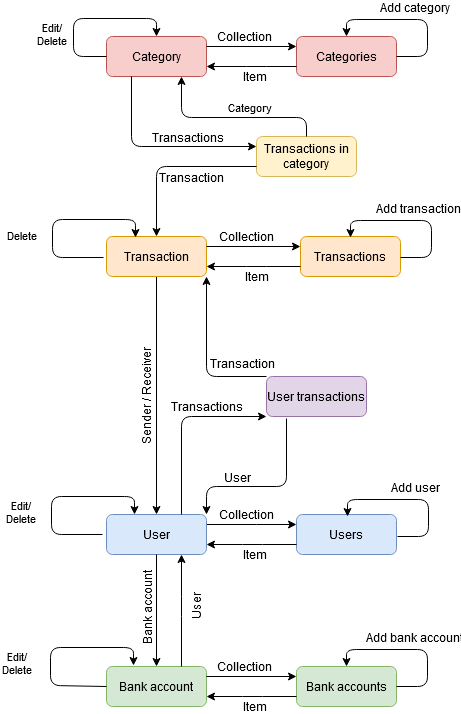
jkursula/PWP keeps this draw.io diagram as images/Ex3.png. Above is the earlier version. Source tidied: cells renumbered, new cells last; positions are measured from the earlier drawing's top-left corner, leaving out a move shared by most shapes.
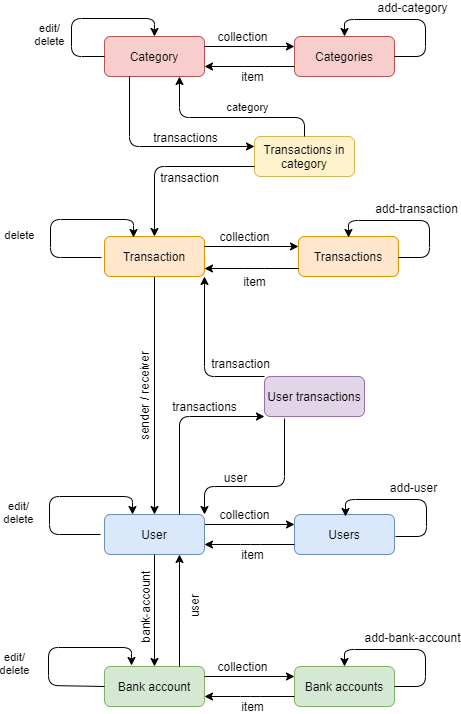
The same diagram one commit later.

Diff of the diagram source:
```diff
@@ -2,7 +2,7 @@
   <root>
     <mxCell id="0" />
     <mxCell id="1" parent="0" />
-    <mxCell id="2" value="&lt;div style=&quot;font-size: 12px&quot;&gt;&lt;font style=&quot;font-size: 12px&quot;&gt;Sender / Receiver&lt;/font&gt;&lt;/div&gt;" style="edgeStyle=orthogonalEdgeStyle;rounded=0;jettySize=auto;html=1;textDirection=ltr;horizontal=0;" parent="1" edge="1" source="3" target="7">
+    <mxCell id="2" value="&lt;div style=&quot;font-size: 12px&quot;&gt;&lt;font style=&quot;font-size: 12px&quot;&gt;sender / receiver&lt;/font&gt;&lt;/div&gt;" style="edgeStyle=orthogonalEdgeStyle;rounded=0;jettySize=auto;html=1;textDirection=ltr;horizontal=0;" parent="1" edge="1" source="3" target="7">
       <mxGeometry x="0.01" y="-10" relative="1" as="geometry" />
     </mxCell>
     <mxCell id="3" value="Transaction" style="rounded=1;whiteSpace=wrap;html=1;fontSize=12;glass=0;strokeWidth=1;shadow=0;fillColor=#ffe6cc;strokeColor=#d79b00;" parent="1" vertex="1">
@@ -11,12 +11,12 @@
     <mxCell id="4" value="Transactions" style="rounded=1;whiteSpace=wrap;html=1;fontSize=12;glass=0;strokeWidth=1;shadow=0;fillColor=#ffe6cc;strokeColor=#d79b00;" parent="1" vertex="1">
       <mxGeometry x="250" y="218" width="100" height="40" as="geometry" />
     </mxCell>
-    <mxCell id="5" value="Collection" style="endArrow=classic;html=1;entryX=0;entryY=0.25;entryDx=0;entryDy=0;fontSize=12;" parent="1" edge="1" target="4">
+    <mxCell id="5" value="collection" style="endArrow=classic;html=1;entryX=0;entryY=0.25;entryDx=0;entryDy=0;fontSize=12;" parent="1" edge="1" target="4">
       <mxGeometry x="-0.15" y="10" relative="1" as="geometry">
         <mxPoint x="156" y="228" as="sourcePoint" />
       </mxGeometry>
     </mxCell>
-    <mxCell id="6" value="Collection" style="edgeStyle=orthogonalEdgeStyle;rounded=0;jettySize=auto;html=1;fontSize=12;" parent="1" edge="1" source="7" target="8">
+    <mxCell id="6" value="collection" style="edgeStyle=orthogonalEdgeStyle;rounded=0;jettySize=auto;html=1;fontSize=12;" parent="1" edge="1" source="7" target="8">
       <mxGeometry x="-0.11" y="10" relative="1" as="geometry">
         <Array as="points">
           <mxPoint x="206" y="506" />
@@ -51,19 +51,12 @@
         </Array>
       </mxGeometry>
     </mxCell>
-    <mxCell id="14" value="Add category" style="edgeLabel;html=1;align=center;verticalAlign=middle;horizontal=1;fontSize=12;" parent="13" vertex="1">
+    <mxCell id="14" value="add-category" style="edgeLabel;html=1;align=center;verticalAlign=middle;horizontal=1;fontSize=12;" parent="13" vertex="1">
       <mxGeometry x="-0.05" y="1" relative="1" as="geometry">
         <mxPoint x="-3" y="-14" as="offset" />
       </mxGeometry>
     </mxCell>
-    <mxCell id="15" value="Item" style="endArrow=classic;html=1;exitX=0;exitY=0.75;exitDx=0;exitDy=0;entryX=1;entryY=0.75;entryDx=0;entryDy=0;fontSize=12;" parent="1" edge="1" source="4" target="3">
-      <mxGeometry x="-0.06" y="10" relative="1" as="geometry">
-        <Array as="points">
-          <mxPoint x="206" y="248" />
-        </Array>
-      </mxGeometry>
-    </mxCell>
-    <mxCell id="16" value="Item" style="endArrow=classic;html=1;exitX=0;exitY=0.75;exitDx=0;exitDy=0;fontSize=12;" parent="1" edge="1">
+    <mxCell id="16" value="item" style="endArrow=classic;html=1;exitX=0;exitY=0.75;exitDx=0;exitDy=0;fontSize=12;" parent="1" edge="1">
       <mxGeometry x="-0.06" y="10" relative="1" as="geometry">
         <mxPoint x="246" y="526" as="sourcePoint" />
         <mxPoint x="156" y="526" as="targetPoint" />
@@ -72,7 +65,7 @@
         </Array>
       </mxGeometry>
     </mxCell>
-    <mxCell id="17" value="Item" style="endArrow=classic;html=1;exitX=0;exitY=0.75;exitDx=0;exitDy=0;fontSize=12;" parent="1" edge="1">
+    <mxCell id="17" value="item" style="endArrow=classic;html=1;exitX=0;exitY=0.75;exitDx=0;exitDy=0;fontSize=12;" parent="1" edge="1">
       <mxGeometry x="-0.06" y="10" relative="1" as="geometry">
         <mxPoint x="246" y="678" as="sourcePoint" />
         <mxPoint x="156" y="678" as="targetPoint" />
@@ -81,7 +74,7 @@
         </Array>
       </mxGeometry>
     </mxCell>
-    <mxCell id="18" value="Item" style="endArrow=classic;html=1;entryX=1;entryY=0.75;entryDx=0;entryDy=0;fontSize=12;" parent="1" edge="1">
+    <mxCell id="18" value="item" style="endArrow=classic;html=1;entryX=1;entryY=0.75;entryDx=0;entryDy=0;fontSize=12;" parent="1" edge="1">
       <mxGeometry x="-0.06" y="10" relative="1" as="geometry">
         <mxPoint x="246" y="48" as="sourcePoint" />
         <mxPoint x="156" y="48" as="targetPoint" />
@@ -90,13 +83,13 @@
         </Array>
       </mxGeometry>
     </mxCell>
-    <mxCell id="19" value="Collection" style="endArrow=classic;html=1;entryX=0;entryY=0.25;entryDx=0;entryDy=0;fontSize=12;" parent="1" edge="1">
+    <mxCell id="19" value="collection" style="endArrow=classic;html=1;entryX=0;entryY=0.25;entryDx=0;entryDy=0;fontSize=12;" parent="1" edge="1">
       <mxGeometry x="-0.15" y="10" relative="1" as="geometry">
         <mxPoint x="156" y="658" as="sourcePoint" />
         <mxPoint x="246" y="658" as="targetPoint" />
       </mxGeometry>
     </mxCell>
-    <mxCell id="20" value="Collection" style="endArrow=classic;html=1;entryX=0;entryY=0.25;entryDx=0;entryDy=0;strokeWidth=1;fontSize=12;" parent="1" edge="1">
+    <mxCell id="20" value="collection" style="endArrow=classic;html=1;entryX=0;entryY=0.25;entryDx=0;entryDy=0;strokeWidth=1;fontSize=12;" parent="1" edge="1">
       <mxGeometry x="-0.15" y="10" relative="1" as="geometry">
         <mxPoint x="156" y="28" as="sourcePoint" />
         <mxPoint x="246" y="28" as="targetPoint" />
@@ -105,14 +98,14 @@
     <mxCell id="21" value="User transactions" style="rounded=1;whiteSpace=wrap;html=1;fontSize=12;glass=0;strokeWidth=1;shadow=0;fillColor=#e1d5e7;strokeColor=#9673a6;" parent="1" vertex="1">
       <mxGeometry x="216" y="358" width="100" height="40" as="geometry" />
     </mxCell>
-    <mxCell id="22" value="Transaction" style="endArrow=classic;html=1;exitX=0;exitY=0;exitDx=0;exitDy=0;entryX=1;entryY=1;entryDx=0;entryDy=0;fontSize=12;" parent="1" edge="1" source="21" target="3">
+    <mxCell id="22" value="transaction" style="endArrow=classic;html=1;exitX=0;exitY=0;exitDx=0;exitDy=0;entryX=1;entryY=1;entryDx=0;entryDy=0;fontSize=12;" parent="1" edge="1" source="21" target="3">
       <mxGeometry x="-0.7" y="-13" relative="1" as="geometry">
         <Array as="points">
           <mxPoint x="156" y="358" />
         </Array>
       </mxGeometry>
     </mxCell>
-    <mxCell id="23" value="Transactions" style="endArrow=classic;html=1;fontSize=12;exitX=0.75;exitY=0;exitDx=0;exitDy=0;entryX=0;entryY=1;entryDx=0;entryDy=0;horizontal=1;" parent="1" edge="1" source="7" target="21">
+    <mxCell id="23" value="transactions" style="endArrow=classic;html=1;fontSize=12;exitX=0.75;exitY=0;exitDx=0;exitDy=0;entryX=0;entryY=1;entryDx=0;entryDy=0;horizontal=1;" parent="1" edge="1" source="7" target="21">
       <mxGeometry x="0.34" y="10" relative="1" as="geometry">
         <Array as="points">
           <mxPoint x="131" y="398" />
@@ -128,7 +121,7 @@
         </Array>
       </mxGeometry>
     </mxCell>
-    <mxCell id="25" value="User" style="edgeLabel;html=1;align=center;verticalAlign=middle;fontSize=12;" parent="24" vertex="1">
+    <mxCell id="25" value="user" style="edgeLabel;html=1;align=center;verticalAlign=middle;fontSize=12;" parent="24" vertex="1">
       <mxGeometry x="0.34" y="1" relative="1" as="geometry">
         <mxPoint y="-11" as="offset" />
       </mxGeometry>
@@ -136,12 +129,12 @@
     <mxCell id="26" style="endArrow=classic;html=1;fontSize=12;exitX=0.5;exitY=1;exitDx=0;exitDy=0;entryX=0.5;entryY=0;entryDx=0;entryDy=0;" parent="1" edge="1" source="7" target="9">
       <mxGeometry relative="1" as="geometry" />
     </mxCell>
-    <mxCell id="27" value="Bank account" style="edgeLabel;html=1;align=center;verticalAlign=middle;fontSize=12;horizontal=0;" parent="26" vertex="1">
+    <mxCell id="27" value="bank-account" style="edgeLabel;html=1;align=center;verticalAlign=middle;fontSize=12;horizontal=0;" parent="26" vertex="1">
       <mxGeometry x="0.22" y="-1" relative="1" as="geometry">
         <mxPoint x="-9" y="-14" as="offset" />
       </mxGeometry>
     </mxCell>
-    <mxCell id="28" value="User" style="endArrow=classic;html=1;fontSize=12;exitX=0.75;exitY=0;exitDx=0;exitDy=0;entryX=0.75;entryY=1;entryDx=0;entryDy=0;horizontal=0;" parent="1" edge="1" source="9" target="7">
+    <mxCell id="28" value="user" style="endArrow=classic;html=1;fontSize=12;exitX=0.75;exitY=0;exitDx=0;exitDy=0;entryX=0.75;entryY=1;entryDx=0;entryDy=0;horizontal=0;" parent="1" edge="1" source="9" target="7">
       <mxGeometry x="0.07" y="-15" relative="1" as="geometry">
         <Array as="points">
           <mxPoint x="131" y="588" />
@@ -158,7 +151,7 @@
         </Array>
       </mxGeometry>
     </mxCell>
-    <mxCell id="31" value="Transaction" style="edgeLabel;html=1;align=center;verticalAlign=middle;fontSize=12;" parent="30" vertex="1">
+    <mxCell id="31" value="transaction" style="edgeLabel;html=1;align=center;verticalAlign=middle;fontSize=12;" parent="30" vertex="1">
       <mxGeometry x="-0.12" y="2" relative="1" as="geometry">
         <mxPoint x="9" y="8" as="offset" />
       </mxGeometry>
@@ -171,7 +164,7 @@
         </Array>
       </mxGeometry>
     </mxCell>
-    <mxCell id="33" value="Transactions" style="edgeLabel;html=1;align=center;verticalAlign=middle;fontSize=12;" parent="32" vertex="1">
+    <mxCell id="33" value="transactions" style="edgeLabel;html=1;align=center;verticalAlign=middle;fontSize=12;" parent="32" vertex="1">
       <mxGeometry x="0.12" y="-4" relative="1" as="geometry">
         <mxPoint x="16" y="-14" as="offset" />
       </mxGeometry>
@@ -187,7 +180,7 @@
         </Array>
       </mxGeometry>
     </mxCell>
-    <mxCell id="35" value="Add transaction" style="edgeLabel;html=1;align=center;verticalAlign=middle;horizontal=1;fontSize=12;" parent="34" vertex="1">
+    <mxCell id="35" value="add-transaction" style="edgeLabel;html=1;align=center;verticalAlign=middle;horizontal=1;fontSize=12;" parent="34" vertex="1">
       <mxGeometry x="-0.05" y="1" relative="1" as="geometry">
         <mxPoint x="-3" y="-14" as="offset" />
       </mxGeometry>
@@ -203,7 +196,7 @@
         </Array>
       </mxGeometry>
     </mxCell>
-    <mxCell id="37" value="Add user" style="edgeLabel;html=1;align=center;verticalAlign=middle;horizontal=1;fontSize=12;" parent="36" vertex="1">
+    <mxCell id="37" value="add-user" style="edgeLabel;html=1;align=center;verticalAlign=middle;horizontal=1;fontSize=12;" parent="36" vertex="1">
       <mxGeometry x="-0.05" y="1" relative="1" as="geometry">
         <mxPoint x="-3" y="-14" as="offset" />
       </mxGeometry>
@@ -219,7 +212,7 @@
         </Array>
       </mxGeometry>
     </mxCell>
-    <mxCell id="39" value="Add bank account" style="edgeLabel;html=1;align=center;verticalAlign=middle;horizontal=1;fontSize=12;" parent="38" vertex="1">
+    <mxCell id="39" value="add-bank-account" style="edgeLabel;html=1;align=center;verticalAlign=middle;horizontal=1;fontSize=12;" parent="38" vertex="1">
       <mxGeometry x="-0.05" y="1" relative="1" as="geometry">
         <mxPoint x="-3" y="-14" as="offset" />
       </mxGeometry>
@@ -233,7 +226,7 @@
         </Array>
       </mxGeometry>
     </mxCell>
-    <mxCell id="41" value="&lt;div&gt;Edit/&lt;/div&gt;&lt;div&gt;Delete&lt;br&gt;&lt;/div&gt;" style="edgeLabel;html=1;align=center;verticalAlign=middle;" parent="40" vertex="1">
+    <mxCell id="41" value="&lt;div&gt;edit/&lt;/div&gt;&lt;div&gt;delete&lt;br&gt;&lt;/div&gt;" style="edgeLabel;html=1;align=center;verticalAlign=middle;" parent="40" vertex="1">
       <mxGeometry y="-2" relative="1" as="geometry">
         <mxPoint x="-38" y="13" as="offset" />
       </mxGeometry>
@@ -249,7 +242,7 @@
         </Array>
       </mxGeometry>
     </mxCell>
-    <mxCell id="43" value="Delete" style="edgeLabel;html=1;align=center;verticalAlign=middle;" parent="42" vertex="1">
+    <mxCell id="43" value="delete" style="edgeLabel;html=1;align=center;verticalAlign=middle;" parent="42" vertex="1">
       <mxGeometry y="-2" relative="1" as="geometry">
         <mxPoint x="-38" y="13" as="offset" />
       </mxGeometry>
@@ -265,7 +258,7 @@
         </Array>
       </mxGeometry>
     </mxCell>
-    <mxCell id="45" value="&lt;div&gt;Edit/&lt;/div&gt;&lt;div&gt;Delete&lt;br&gt;&lt;/div&gt;" style="edgeLabel;html=1;align=center;verticalAlign=middle;" parent="44" vertex="1">
+    <mxCell id="45" value="&lt;div&gt;edit/&lt;/div&gt;&lt;div&gt;delete&lt;br&gt;&lt;/div&gt;" style="edgeLabel;html=1;align=center;verticalAlign=middle;" parent="44" vertex="1">
       <mxGeometry y="-2" relative="1" as="geometry">
         <mxPoint x="-38" y="13" as="offset" />
       </mxGeometry>
@@ -280,12 +273,12 @@
         </Array>
       </mxGeometry>
     </mxCell>
-    <mxCell id="47" value="&lt;div&gt;Edit/&lt;/div&gt;&lt;div&gt;Delete&lt;br&gt;&lt;/div&gt;" style="edgeLabel;html=1;align=center;verticalAlign=middle;" parent="46" vertex="1">
+    <mxCell id="47" value="&lt;div&gt;edit/&lt;/div&gt;&lt;div&gt;delete&lt;br&gt;&lt;/div&gt;" style="edgeLabel;html=1;align=center;verticalAlign=middle;" parent="46" vertex="1">
       <mxGeometry y="-2" relative="1" as="geometry">
         <mxPoint x="-38" y="13" as="offset" />
       </mxGeometry>
     </mxCell>
-    <mxCell id="48" value="Category" style="endArrow=classic;html=1;exitX=0.5;exitY=0;exitDx=0;exitDy=0;entryX=0.75;entryY=1;entryDx=0;entryDy=0;" parent="1" edge="1" source="29" target="11">
+    <mxCell id="48" value="category" style="endArrow=classic;html=1;exitX=0.5;exitY=0;exitDx=0;exitDy=0;entryX=0.75;entryY=1;entryDx=0;entryDy=0;" parent="1" edge="1" source="29" target="11">
       <mxGeometry x="-0.18" y="-10" relative="1" as="geometry">
         <Array as="points">
           <mxPoint x="256" y="99" />
@@ -293,5 +286,14 @@
         </Array>
       </mxGeometry>
     </mxCell>
+    <mxCell id="15" value="item" style="endArrow=classic;html=1;exitX=0;exitY=0.75;exitDx=0;exitDy=0;entryX=1;entryY=0.75;entryDx=0;entryDy=0;fontSize=12;" parent="1" edge="1">
+      <mxGeometry x="-0.06" y="13" relative="1" as="geometry">
+        <mxPoint x="250" y="250" as="sourcePoint" />
+        <mxPoint x="156" y="250" as="targetPoint" />
+        <Array as="points">
+          <mxPoint x="206" y="250" />
+        </Array>
+      </mxGeometry>
+    </mxCell>
   </root>
 </mxGraphModel>
```
